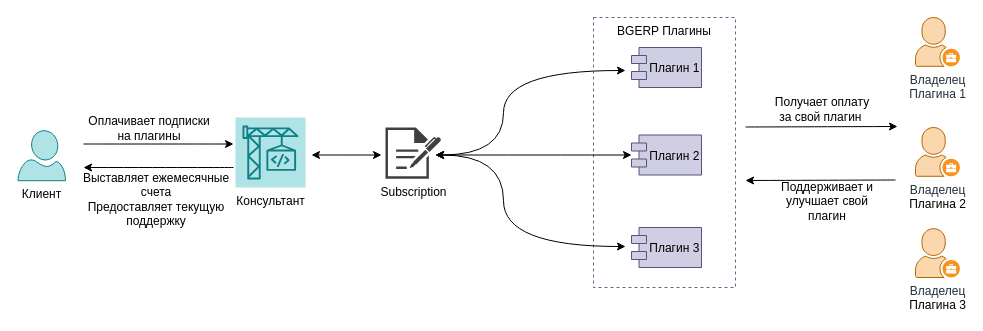
This is page "Page-2" (1 of 2) of srcx/doc/plugin/bil/subscription/_res/subscription-ru.drawio from Pingvin235/bgerp, a draw.io file, before an edit. Source tidied: cells renumbered, new cells numbered last; positions are measured from the earlier drawing's top-left corner, leaving out a move shared by most shapes. Both pictures are drawn from the tidied source at 100%, with x=0, y=0 at pixel (17, 17).
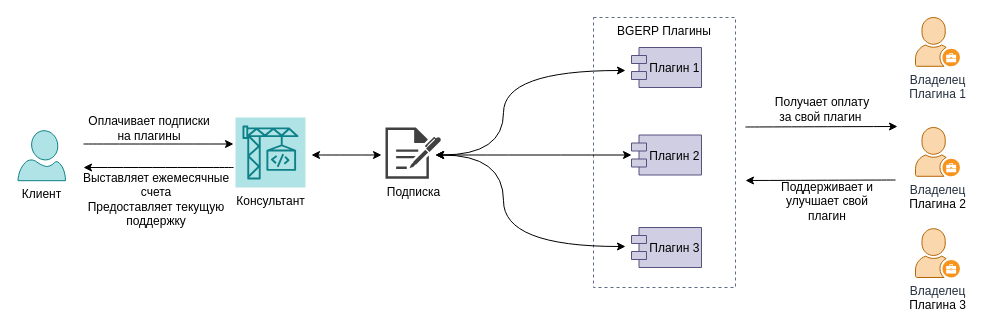
After the change.

What changed in the source:
```diff
@@
-    <mxCell id="23" value="&lt;span style=&quot;background-color: rgb(255, 255, 255);&quot;&gt;Subscription&lt;/span&gt;" style="sketch=0;shadow=0;dashed=0;html=1;strokeColor=none;fillColor=#404040;labelPosition=center;verticalLabelPosition=bottom;verticalAlign=top;align=center;shape=mxgraph.office.concepts.sign_up;" parent="1" vertex="1">
+    <mxCell id="23" value="&lt;span style=&quot;background-color: rgb(255, 255, 255);&quot;&gt;Подписка&lt;/span&gt;" style="sketch=0;shadow=0;dashed=0;html=1;strokeColor=none;fillColor=#404040;labelPosition=center;verticalLabelPosition=bottom;verticalAlign=top;align=center;shape=mxgraph.office.concepts.sign_up;" parent="1" vertex="1">
       <mxGeometry x="368" y="110" width="55.6" height="51.2" as="geometry" />
     </mxCell>
```
